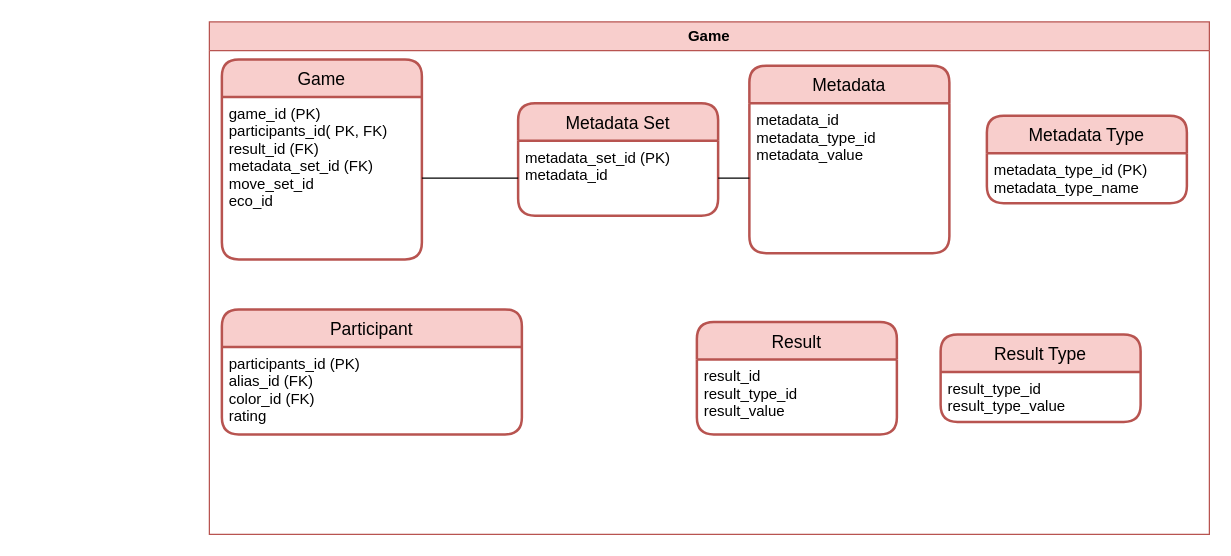
Techmate-Chess/BoardBuddy keeps this draw.io diagram as page "Game" (4 of 5) of documentation/database/logical-model.drawio. Above is the earlier version. Source tidied: cells renumbered, new cells numbered last; positions are measured from the earlier drawing's top-left corner, leaving out a move shared by most shapes. Both pictures are drawn from the tidied source at 125%, with x=0, y=0 at pixel (209, 21).
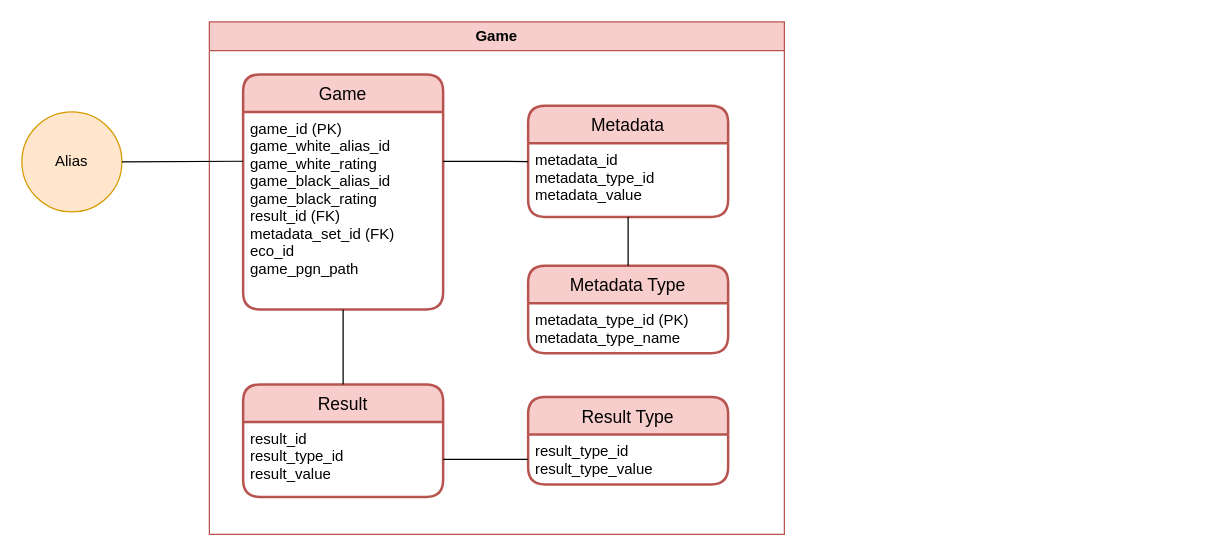
Above is the later version.

Change to the diagram source:
```diff
@@
 <mxGraphModel>
   <root>
     <mxCell id="0" />
     <mxCell id="1" parent="0" />
     <mxCell id="2" value="Game" style="swimlane;whiteSpace=wrap;html=1;fillColor=#f8cecc;strokeColor=#b85450;swimlaneFillColor=default;" parent="1" vertex="1">
-      <mxGeometry width="800" height="410" as="geometry" />
+      <mxGeometry width="460" height="410" as="geometry" />
     </mxCell>
     <mxCell id="3" value="Game" style="swimlane;horizontal=1;startSize=30;rounded=1;fontSize=14;fontStyle=0;strokeWidth=2;shadow=0;dashed=0;align=center;fillColor=#f8cecc;strokeColor=#b85450;" parent="2" vertex="1">
-      <mxGeometry x="10" y="30" width="160" height="160" as="geometry" />
+      <mxGeometry x="27" y="42" width="160" height="188" as="geometry" />
     </mxCell>
-    <mxCell id="4" value="game_id (PK)&#10;participants_id( PK, FK)&#10;result_id (FK)&#10;metadata_set_id (FK)&#10;move_set_id&#10;eco_id" style="align=left;strokeColor=none;fillColor=none;spacingLeft=4;fontSize=12;verticalAlign=top;" parent="3" vertex="1">
-      <mxGeometry y="30" width="160" height="130" as="geometry" />
+    <mxCell id="4" value="game_id (PK)&#10;game_white_alias_id&#10;game_white_rating&#10;game_black_alias_id&#10;game_black_rating&#10;result_id (FK)&#10;metadata_set_id (FK)&#10;eco_id&#10;game_pgn_path" style="align=left;strokeColor=none;fillColor=none;spacingLeft=4;fontSize=12;verticalAlign=top;" parent="3" vertex="1">
+      <mxGeometry y="30" width="160" height="158" as="geometry" />
     </mxCell>
     <mxCell id="5" value="Metadata" style="swimlane;horizontal=1;startSize=30;rounded=1;fontSize=14;fontStyle=0;strokeWidth=2;shadow=0;dashed=0;align=center;fillColor=#f8cecc;strokeColor=#b85450;" parent="2" vertex="1">
-      <mxGeometry x="432" y="35" width="160" height="150" as="geometry" />
+      <mxGeometry x="255" y="67" width="160" height="89" as="geometry" />
     </mxCell>
     <mxCell id="6" value="metadata_id&#10;metadata_type_id&#10;metadata_value" style="align=left;strokeColor=none;fillColor=none;spacingLeft=4;fontSize=12;verticalAlign=top;" parent="5" vertex="1">
-      <mxGeometry y="30" width="160" height="120" as="geometry" />
+      <mxGeometry y="30" width="160" height="59" as="geometry" />
     </mxCell>
-    <mxCell id="7" value="Metadata Set" style="swimlane;horizontal=1;startSize=30;rounded=1;fontSize=14;fontStyle=0;strokeWidth=2;shadow=0;dashed=0;align=center;fillColor=#f8cecc;strokeColor=#b85450;" parent="2" vertex="1">
-      <mxGeometry x="247" y="65" width="160" height="90" as="geometry" />
-    </mxCell>
-    <mxCell id="8" value="metadata_set_id (PK)&#10;metadata_id" style="align=left;strokeColor=none;fillColor=none;spacingLeft=4;fontSize=12;verticalAlign=top;" parent="7" vertex="1">
-      <mxGeometry y="30" width="160" height="60" as="geometry" />
-    </mxCell>
-    <mxCell id="9" style="endArrow=none;html=1;rounded=0;entryX=0;entryY=0.5;entryDx=0;entryDy=0;exitX=1;exitY=0.5;exitDx=0;exitDy=0;" parent="2" edge="1" source="4" target="8">
-      <mxGeometry relative="1" as="geometry" />
-    </mxCell>
-    <mxCell id="10" style="endArrow=none;html=1;rounded=0;entryX=0;entryY=0.5;entryDx=0;entryDy=0;exitX=1;exitY=0.5;exitDx=0;exitDy=0;" parent="2" edge="1" source="8" target="6">
-      <mxGeometry relative="1" as="geometry" />
-    </mxCell>
-    <mxCell id="11" value="Participant" style="swimlane;horizontal=1;startSize=30;rounded=1;fontSize=14;fontStyle=0;strokeWidth=2;shadow=0;dashed=0;align=center;fillColor=#f8cecc;strokeColor=#b85450;" parent="2" vertex="1">
-      <mxGeometry x="10" y="230" width="240" height="100" as="geometry" />
-    </mxCell>
-    <mxCell id="12" value="participants_id (PK)&#10;alias_id (FK)&#10;color_id (FK)&#10;rating" style="align=left;strokeColor=none;fillColor=none;spacingLeft=4;fontSize=12;verticalAlign=top;" parent="11" vertex="1">
-      <mxGeometry y="30" width="240" height="70" as="geometry" />
-    </mxCell>
     <mxCell id="13" value="Metadata Type" style="swimlane;horizontal=1;startSize=30;rounded=1;fontSize=14;fontStyle=0;strokeWidth=2;shadow=0;dashed=0;align=center;fillColor=#f8cecc;strokeColor=#b85450;" parent="2" vertex="1">
-      <mxGeometry x="622" y="75" width="160" height="70" as="geometry" />
+      <mxGeometry x="255" y="195" width="160" height="70" as="geometry" />
     </mxCell>
     <mxCell id="14" value="metadata_type_id (PK)&#10;metadata_type_name" style="align=left;strokeColor=none;fillColor=none;spacingLeft=4;fontSize=12;verticalAlign=top;" parent="13" vertex="1">
       <mxGeometry y="30" width="160" height="40" as="geometry" />
     </mxCell>
     <mxCell id="15" value="Result" style="swimlane;horizontal=1;startSize=30;rounded=1;fontSize=14;fontStyle=0;strokeWidth=2;shadow=0;dashed=0;align=center;fillColor=#f8cecc;strokeColor=#b85450;" parent="2" vertex="1">
-      <mxGeometry x="390" y="240" width="160" height="90" as="geometry" />
+      <mxGeometry x="27" y="290" width="160" height="90" as="geometry" />
     </mxCell>
     <mxCell id="16" value="result_id&#10;result_type_id&#10;result_value" style="align=left;strokeColor=none;fillColor=none;spacingLeft=4;fontSize=12;verticalAlign=top;" parent="15" vertex="1">
       <mxGeometry y="30" width="160" height="60" as="geometry" />
     </mxCell>
     <mxCell id="17" value="Result Type" style="swimlane;horizontal=1;startSize=30;rounded=1;fontSize=14;fontStyle=0;strokeWidth=2;shadow=0;dashed=0;align=center;fillColor=#f8cecc;strokeColor=#b85450;" parent="2" vertex="1">
-      <mxGeometry x="585" y="250" width="160" height="70" as="geometry" />
+      <mxGeometry x="255" y="300" width="160" height="70" as="geometry" />
     </mxCell>
     <mxCell id="18" value="result_type_id&#10;result_type_value" style="align=left;strokeColor=none;fillColor=none;spacingLeft=4;fontSize=12;verticalAlign=top;" parent="17" vertex="1">
       <mxGeometry y="30" width="160" height="40" as="geometry" />
     </mxCell>
+    <mxCell id="19" style="endArrow=none;html=1;rounded=0;exitX=0.5;exitY=1;exitDx=0;exitDy=0;entryX=0.5;entryY=0;entryDx=0;entryDy=0;" parent="2" edge="1" source="4" target="15">
+      <mxGeometry relative="1" as="geometry" />
+    </mxCell>
+    <mxCell id="20" style="endArrow=none;html=1;rounded=0;entryX=0;entryY=0.5;entryDx=0;entryDy=0;exitX=1;exitY=0.5;exitDx=0;exitDy=0;" parent="2" edge="1" source="16" target="18">
+      <mxGeometry relative="1" as="geometry" />
+    </mxCell>
+    <mxCell id="21" style="endArrow=none;html=1;rounded=0;entryX=0.5;entryY=1;entryDx=0;entryDy=0;" parent="2" edge="1" source="13" target="6">
+      <mxGeometry relative="1" as="geometry" />
+    </mxCell>
+    <mxCell id="22" style="endArrow=none;html=1;rounded=0;exitX=1;exitY=0.25;exitDx=0;exitDy=0;entryX=0;entryY=0.25;entryDx=0;entryDy=0;" parent="2" edge="1" source="4" target="6">
+      <mxGeometry relative="1" as="geometry" />
+    </mxCell>
+    <mxCell id="23" value="Alias" style="ellipse;whiteSpace=wrap;html=1;fillColor=#ffe6cc;strokeColor=#d79b00;" parent="1" vertex="1">
+      <mxGeometry x="-150" y="72" width="80" height="80" as="geometry" />
+    </mxCell>
+    <mxCell id="24" style="endArrow=none;html=1;exitX=1;exitY=0.5;exitDx=0;exitDy=0;entryX=0;entryY=0.25;entryDx=0;entryDy=0;" parent="1" edge="1" source="23" target="4">
+      <mxGeometry relative="1" as="geometry" />
+    </mxCell>
   </root>
 </mxGraphModel>
```
